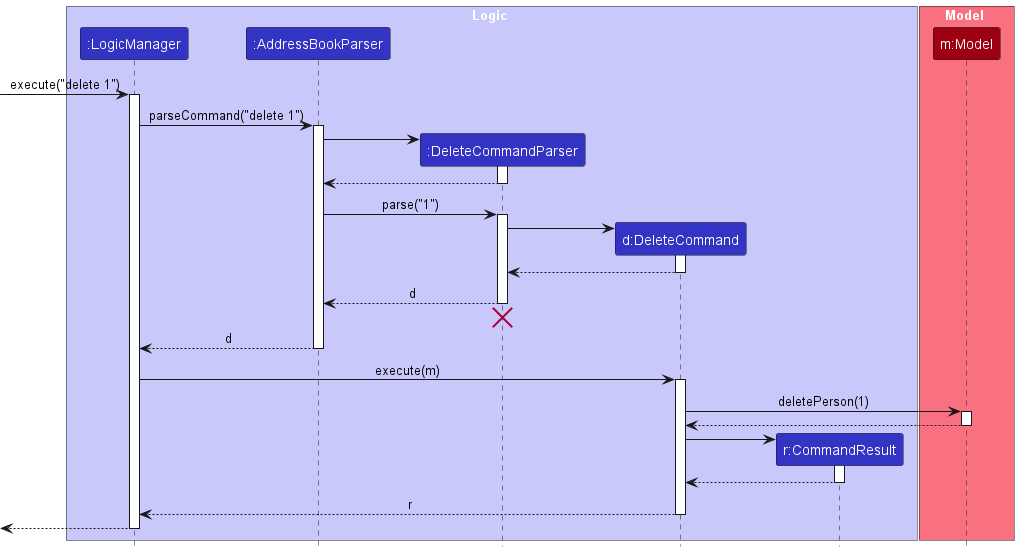
This is docs/images/DeleteSequenceDiagram.png from nus-cs2103-AY2324S2/tp, a PlantUML export, as it was before one commit.
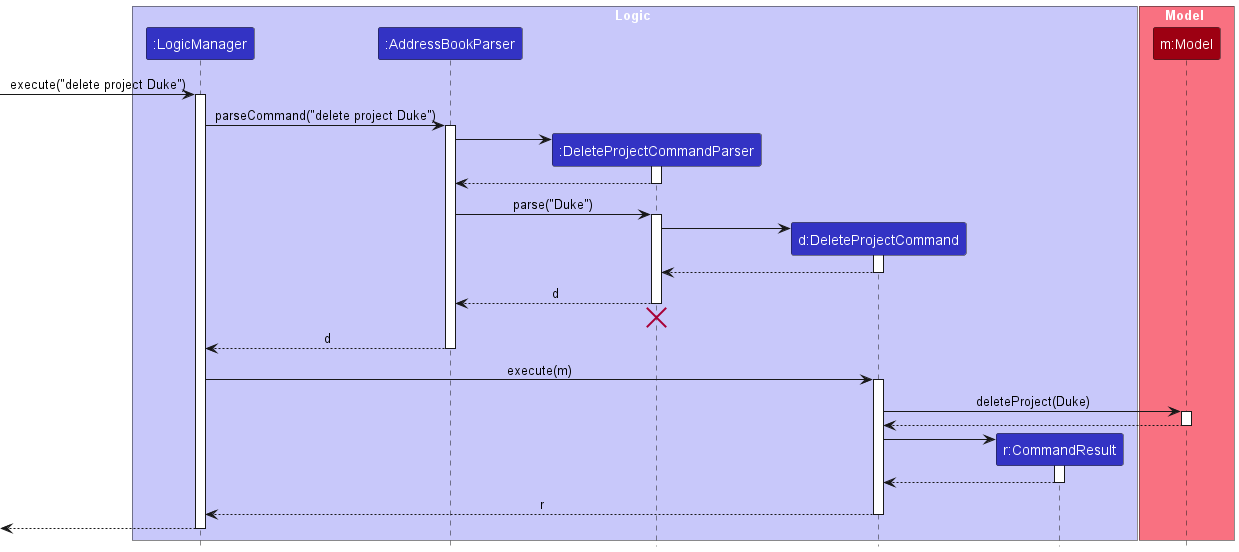
After the change.

Commit message:
Update Delete Sequence Diagram

Change to the diagram source:
```diff
@@ -5,8 +5,8 @@
 box Logic LOGIC_COLOR_T1
 participant ":LogicManager" as LogicManager LOGIC_COLOR
 participant ":AddressBookParser" as AddressBookParser LOGIC_COLOR
-participant ":DeleteCommandParser" as DeleteCommandParser LOGIC_COLOR
-participant "d:DeleteCommand" as DeleteCommand LOGIC_COLOR
+participant ":DeleteProjectCommandParser" as DeleteProjectCommandParser LOGIC_COLOR
+participant "d:DeleteProjectCommand" as DeleteProjectCommand LOGIC_COLOR
 participant "r:CommandResult" as CommandResult LOGIC_COLOR
 end box
 
@@ -14,55 +14,55 @@
 participant "m:Model" as Model MODEL_COLOR
 end box
 
-[-> LogicManager : execute("delete 1")
+[-> LogicManager : execute("delete project Duke")
 activate LogicManager
 
-LogicManager -> AddressBookParser : parseCommand("delete 1")
+LogicManager -> AddressBookParser : parseCommand("delete project Duke")
 activate AddressBookParser
 
-create DeleteCommandParser
-AddressBookParser -> DeleteCommandParser
-activate DeleteCommandParser
+create DeleteProjectCommandParser
+AddressBookParser -> DeleteProjectCommandParser
+activate DeleteProjectCommandParser
 
-DeleteCommandParser --> AddressBookParser
-deactivate DeleteCommandParser
+DeleteProjectCommandParser --> AddressBookParser
+deactivate DeleteProjectCommandParser
 
-AddressBookParser -> DeleteCommandParser : parse("1")
-activate DeleteCommandParser
+AddressBookParser -> DeleteProjectCommandParser : parse("Duke")
+activate DeleteProjectCommandParser
 
-create DeleteCommand
-DeleteCommandParser -> DeleteCommand
-activate DeleteCommand
+create DeleteProjectCommand
+DeleteProjectCommandParser -> DeleteProjectCommand
+activate DeleteProjectCommand
 
-DeleteCommand --> DeleteCommandParser :
-deactivate DeleteCommand
+DeleteProjectCommand --> DeleteProjectCommandParser :
+deactivate DeleteProjectCommand
 
-DeleteCommandParser --> AddressBookParser : d
-deactivate DeleteCommandParser
-DeleteCommandParser -[hidden]-> AddressBookParser
-destroy DeleteCommandParser
+DeleteProjectCommandParser --> AddressBookParser : d
+deactivate DeleteProjectCommandParser
+DeleteProjectCommandParser -[hidden]-> AddressBookParser
+destroy DeleteProjectCommandParser
 
 AddressBookParser --> LogicManager : d
 deactivate AddressBookParser
 
-LogicManager -> DeleteCommand : execute(m)
-activate DeleteCommand
+LogicManager -> DeleteProjectCommand : execute(m)
+activate DeleteProjectCommand
 
-DeleteCommand -> Model : deletePerson(1)
+DeleteProjectCommand -> Model : deleteProject(Duke)
 activate Model
 
-Model --> DeleteCommand
+Model --> DeleteProjectCommand
 deactivate Model
 
 create CommandResult
-DeleteCommand -> CommandResult
+DeleteProjectCommand -> CommandResult
 activate CommandResult
 
-CommandResult --> DeleteCommand
+CommandResult --> DeleteProjectCommand
 deactivate CommandResult
 
-DeleteCommand --> LogicManager : r
-deactivate DeleteCommand
+DeleteProjectCommand --> LogicManager : r
+deactivate DeleteProjectCommand
 
 [<--LogicManager
 deactivate LogicManager
```
